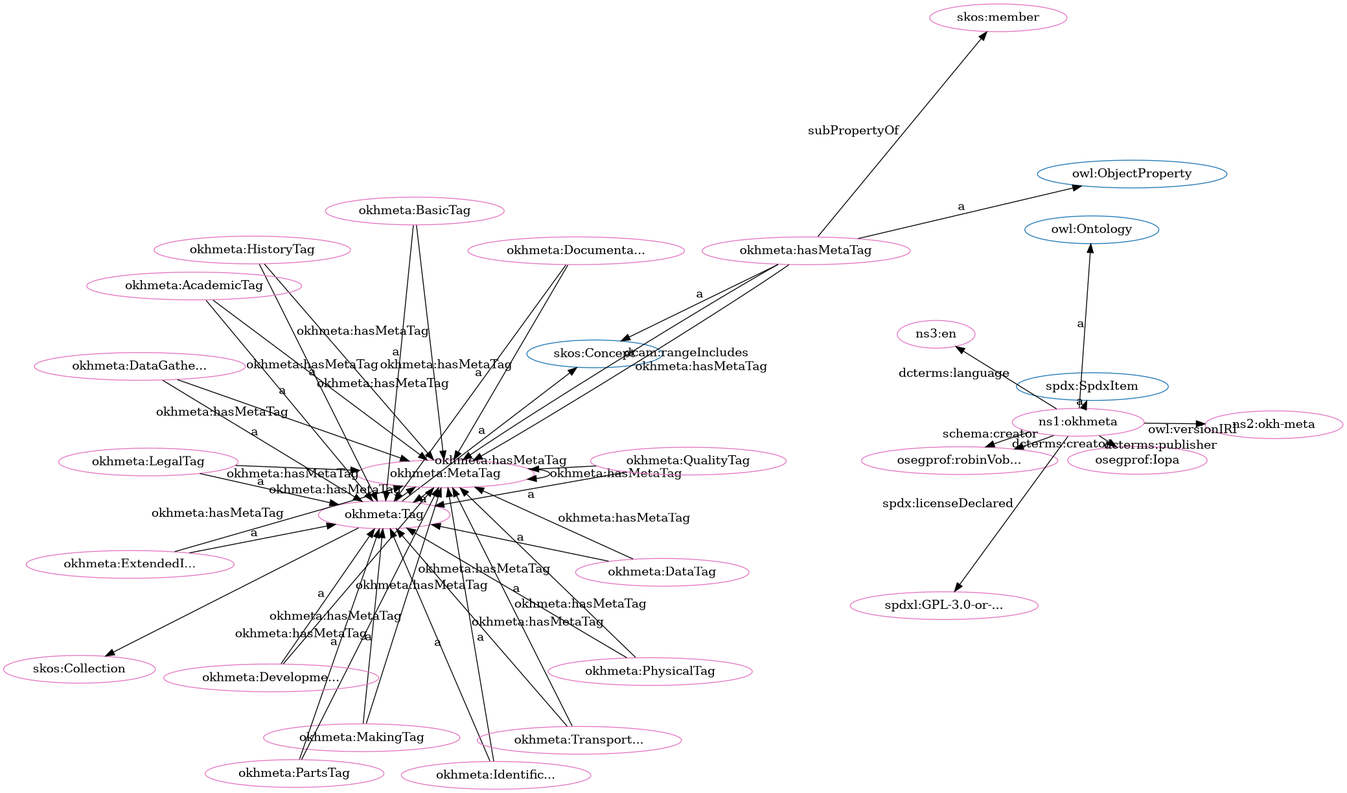
Before: src/spec/fdp_okh-meta.png, a diagram exported from Graphviz (iop-alliance/OpenKnowHow). Its source is kept beside it as src/spec/fdp_okh-meta.dot.
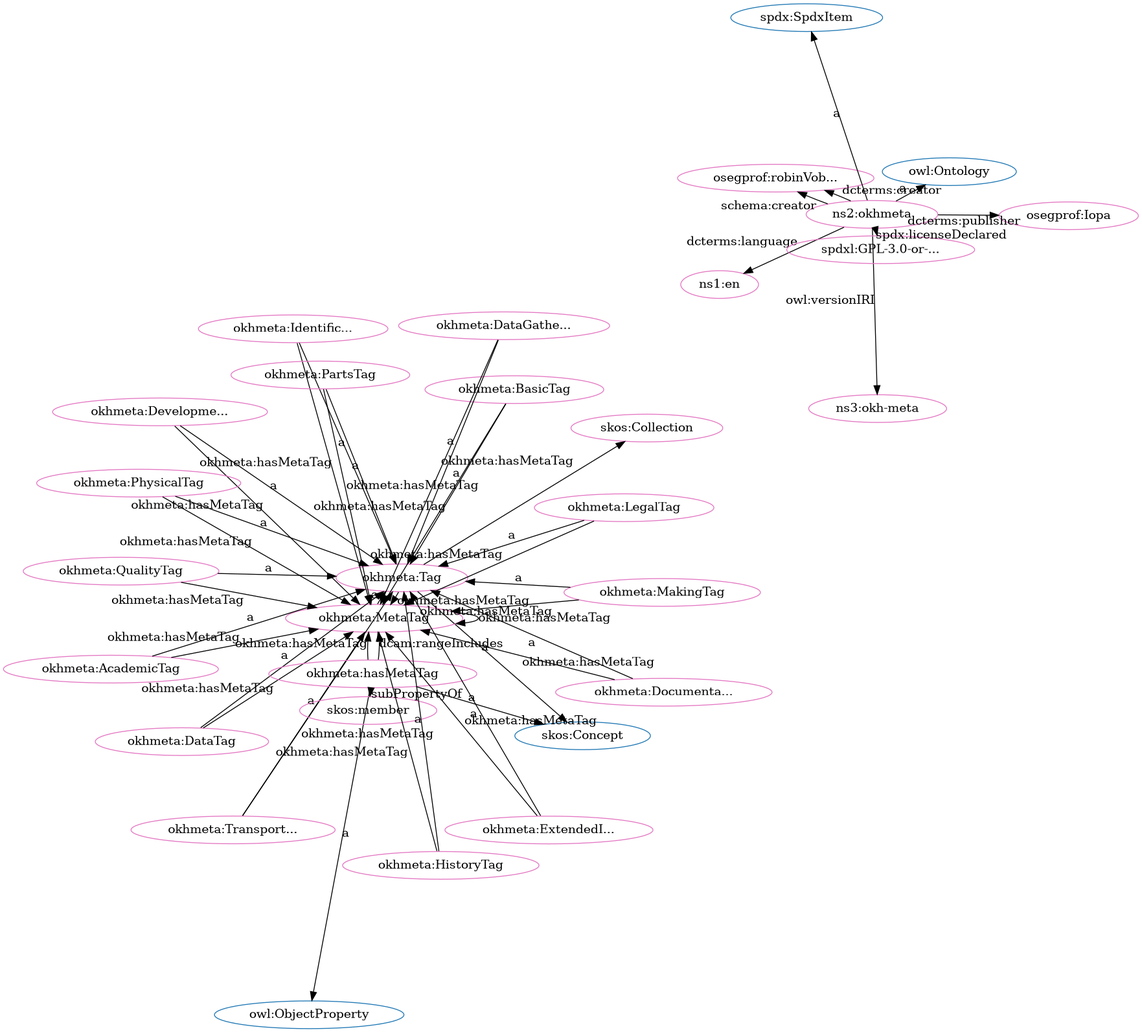
After the commit.

Change to the diagram source:
```diff
@@ -1,84 +1,84 @@
 digraph G {
   rankdir=BT
   node[height=.3]
-"http://w3id.org/oseg/ont/okhmeta#Tag" [fillcolor="#1f77b4" color="#1f77b4" label="okhmeta:Tag"]
 "http://www.w3.org/2004/02/skos/core#Concept" [fillcolor="#1f77b4" color="#1f77b4" label="skos:Concept"]
 "http://www.w3.org/2004/02/skos/core#Collection" [fillcolor="#1f77b4" color="#1f77b4" label="skos:Collection"]
+"http://spdx.org/rdf/terms#SpdxItem" [fillcolor="#1f77b4" color="#1f77b4" label="spdx:SpdxItem"]
 "http://www.w3.org/2002/07/owl#Ontology" [fillcolor="#1f77b4" color="#1f77b4" label="owl:Ontology"]
+"http://w3id.org/oseg/ont/okhmeta#Tag" [fillcolor="#1f77b4" color="#1f77b4" label="okhmeta:Tag"]
 "http://www.w3.org/2002/07/owl#ObjectProperty" [fillcolor="#1f77b4" color="#1f77b4" label="owl:ObjectProperty"]
-"http://spdx.org/rdf/terms#SpdxItem" [fillcolor="#1f77b4" color="#1f77b4" label="spdx:SpdxItem"]
+"http://id.loc.gov/vocabulary/iso639-1/en" [fillcolor="#e377c2" color="#e377c2" label="ns1:en"]
+"http://w3id.org/oseg/ont/oseg-profiles#robinVobruba" [fillcolor="#e377c2" color="#e377c2" label="osegprof:robinVob..."]
+"http://w3id.org/oseg/ont/okhmeta#MakingTag" [fillcolor="#e377c2" color="#e377c2" label="okhmeta:MakingTag"]
+"http://w3id.org/oseg/ont/okhmeta#DataTag" [fillcolor="#e377c2" color="#e377c2" label="okhmeta:DataTag"]
 "http://w3id.org/oseg/ont/okhmeta#MetaTag" [fillcolor="#e377c2" color="#e377c2" label="okhmeta:MetaTag"]
-"http://w3id.org/oseg/ont/okhmeta#MakingTag" [fillcolor="#e377c2" color="#e377c2" label="okhmeta:MakingTag"]
-"http://w3id.org/oseg/ont/oseg-profiles#robinVobruba" [fillcolor="#e377c2" color="#e377c2" label="osegprof:robinVob..."]
+"http://w3id.org/oseg/ont/oseg-profiles#Iopa" [fillcolor="#e377c2" color="#e377c2" label="osegprof:Iopa"]
+"http://w3id.org/oseg/ont/okhmeta#TransportationTag" [fillcolor="#e377c2" color="#e377c2" label="okhmeta:Transport..."]
+"http://w3id.org/oseg/ont/okhmeta" [fillcolor="#e377c2" color="#e377c2" label="ns2:okhmeta"]
+"http://w3id.org/oseg/ont/okhmeta#IdentificationTag" [fillcolor="#e377c2" color="#e377c2" label="okhmeta:Identific..."]
 "http://w3id.org/oseg/ont/okhmeta#hasMetaTag" [fillcolor="#e377c2" color="#e377c2" label="okhmeta:hasMetaTag"]
-"http://w3id.org/oseg/ont/okhmeta" [fillcolor="#e377c2" color="#e377c2" label="ns1:okhmeta"]
+"http://w3id.org/oseg/ont/okhmeta#AcademicTag" [fillcolor="#e377c2" color="#e377c2" label="okhmeta:AcademicTag"]
+"http://www.w3.org/2004/02/skos/core#Collection" [fillcolor="#e377c2" color="#e377c2" label="skos:Collection"]
+"http://www.w3.org/2004/02/skos/core#member" [fillcolor="#e377c2" color="#e377c2" label="skos:member"]
+"http://w3id.org/oseg/ont/okhmeta#HistoryTag" [fillcolor="#e377c2" color="#e377c2" label="okhmeta:HistoryTag"]
+"http://w3id.org/oseg/ont/okhmeta#QualityTag" [fillcolor="#e377c2" color="#e377c2" label="okhmeta:QualityTag"]
+"http://w3id.org/oseg/ont/okhmeta#BasicTag" [fillcolor="#e377c2" color="#e377c2" label="okhmeta:BasicTag"]
+"http://w3id.org/oseg/ont/okhmeta#ExtendedInfoTag" [fillcolor="#e377c2" color="#e377c2" label="okhmeta:ExtendedI..."]
+"http://w3id.org/oseg/ont/okhmeta#DocumentationTag" [fillcolor="#e377c2" color="#e377c2" label="okhmeta:Documenta..."]
+"http://w3id.org/oseg/ont/1.1.0/okh-meta" [fillcolor="#e377c2" color="#e377c2" label="ns3:okh-meta"]
+"http://w3id.org/oseg/ont/okhmeta#DevelopmentTag" [fillcolor="#e377c2" color="#e377c2" label="okhmeta:Developme..."]
+"http://w3id.org/oseg/ont/okhmeta#Tag" [fillcolor="#e377c2" color="#e377c2" label="okhmeta:Tag"]
+"http://w3id.org/oseg/ont/okhmeta#PartsTag" [fillcolor="#e377c2" color="#e377c2" label="okhmeta:PartsTag"]
 "http://w3id.org/oseg/ont/okhmeta#PhysicalTag" [fillcolor="#e377c2" color="#e377c2" label="okhmeta:PhysicalTag"]
-"http://w3id.org/oseg/ont/1.1.0/okh-meta" [fillcolor="#e377c2" color="#e377c2" label="ns2:okh-meta"]
-"http://w3id.org/oseg/ont/okhmeta#ExtendedInfoTag" [fillcolor="#e377c2" color="#e377c2" label="okhmeta:ExtendedI..."]
-"http://w3id.org/oseg/ont/okhmeta#QualityTag" [fillcolor="#e377c2" color="#e377c2" label="okhmeta:QualityTag"]
-"http://w3id.org/oseg/ont/okhmeta#IdentificationTag" [fillcolor="#e377c2" color="#e377c2" label="okhmeta:Identific..."]
-"http://w3id.org/oseg/ont/okhmeta#PartsTag" [fillcolor="#e377c2" color="#e377c2" label="okhmeta:PartsTag"]
-"http://www.w3.org/2004/02/skos/core#member" [fillcolor="#e377c2" color="#e377c2" label="skos:member"]
 "http://w3id.org/oseg/ont/okhmeta#DataGatheringTag" [fillcolor="#e377c2" color="#e377c2" label="okhmeta:DataGathe..."]
-"http://w3id.org/oseg/ont/okhmeta#BasicTag" [fillcolor="#e377c2" color="#e377c2" label="okhmeta:BasicTag"]
-"http://w3id.org/oseg/ont/okhmeta#TransportationTag" [fillcolor="#e377c2" color="#e377c2" label="okhmeta:Transport..."]
-"http://w3id.org/oseg/ont/okhmeta#DataTag" [fillcolor="#e377c2" color="#e377c2" label="okhmeta:DataTag"]
-"http://id.loc.gov/vocabulary/iso639-1/en" [fillcolor="#e377c2" color="#e377c2" label="ns3:en"]
-"http://www.w3.org/2004/02/skos/core#Collection" [fillcolor="#e377c2" color="#e377c2" label="skos:Collection"]
-"http://w3id.org/oseg/ont/okhmeta#DocumentationTag" [fillcolor="#e377c2" color="#e377c2" label="okhmeta:Documenta..."]
 "http://spdx.org/licenses/GPL-3.0-or-later" [fillcolor="#e377c2" color="#e377c2" label="spdxl:GPL-3.0-or-..."]
 "http://w3id.org/oseg/ont/okhmeta#LegalTag" [fillcolor="#e377c2" color="#e377c2" label="okhmeta:LegalTag"]
-"http://w3id.org/oseg/ont/okhmeta#Tag" [fillcolor="#e377c2" color="#e377c2" label="okhmeta:Tag"]
-"http://w3id.org/oseg/ont/okhmeta#HistoryTag" [fillcolor="#e377c2" color="#e377c2" label="okhmeta:HistoryTag"]
-"http://w3id.org/oseg/ont/oseg-profiles#Iopa" [fillcolor="#e377c2" color="#e377c2" label="osegprof:Iopa"]
-"http://w3id.org/oseg/ont/okhmeta#AcademicTag" [fillcolor="#e377c2" color="#e377c2" label="okhmeta:AcademicTag"]
-"http://w3id.org/oseg/ont/okhmeta#DevelopmentTag" [fillcolor="#e377c2" color="#e377c2" label="okhmeta:Developme..."]
+  "http://w3id.org/oseg/ont/okhmeta" -> "http://id.loc.gov/vocabulary/iso639-1/en" [label="dcterms:language"]
+  "http://w3id.org/oseg/ont/okhmeta" -> "http://w3id.org/oseg/ont/oseg-profiles#robinVobruba" [label="schema:creator"]
+  "http://w3id.org/oseg/ont/okhmeta#DataTag" -> "http://w3id.org/oseg/ont/okhmeta#Tag" [label="a"]
+  "http://w3id.org/oseg/ont/okhmeta#TransportationTag" -> "http://w3id.org/oseg/ont/okhmeta#Tag" [label="a"]
+  "http://w3id.org/oseg/ont/okhmeta#QualityTag" -> "http://w3id.org/oseg/ont/okhmeta#MetaTag" [label="okhmeta:hasMetaTag"]
+  "http://w3id.org/oseg/ont/okhmeta#MetaTag" -> "http://w3id.org/oseg/ont/okhmeta#Tag" [label="a"]
+  "http://w3id.org/oseg/ont/okhmeta#IdentificationTag" -> "http://w3id.org/oseg/ont/okhmeta#Tag" [label="a"]
+  "http://w3id.org/oseg/ont/okhmeta#hasMetaTag" -> "http://www.w3.org/2004/02/skos/core#member" [label="subPropertyOf"]
+  "http://w3id.org/oseg/ont/okhmeta#HistoryTag" -> "http://w3id.org/oseg/ont/okhmeta#Tag" [label="a"]
+  "http://w3id.org/oseg/ont/okhmeta" -> "http://spdx.org/rdf/terms#SpdxItem" [label="a"]
+  "http://w3id.org/oseg/ont/okhmeta#LegalTag" -> "http://w3id.org/oseg/ont/okhmeta#MetaTag" [label="okhmeta:hasMetaTag"]
+  "http://w3id.org/oseg/ont/okhmeta" -> "http://w3id.org/oseg/ont/1.1.0/okh-meta" [label="owl:versionIRI"]
+  "http://w3id.org/oseg/ont/okhmeta#DevelopmentTag" -> "http://w3id.org/oseg/ont/okhmeta#Tag" [label="a"]
+  "http://w3id.org/oseg/ont/okhmeta#hasMetaTag" -> "http://w3id.org/oseg/ont/okhmeta#MetaTag" [label="okhmeta:hasMetaTag"]
+  "http://w3id.org/oseg/ont/okhmeta#Tag" -> "http://www.w3.org/2004/02/skos/core#Concept" [label="a"]
+  "http://w3id.org/oseg/ont/okhmeta#HistoryTag" -> "http://w3id.org/oseg/ont/okhmeta#MetaTag" [label="okhmeta:hasMetaTag"]
+  "http://w3id.org/oseg/ont/okhmeta#DataGatheringTag" -> "http://w3id.org/oseg/ont/okhmeta#Tag" [label="a"]
+  "http://w3id.org/oseg/ont/okhmeta#hasMetaTag" -> "http://w3id.org/oseg/ont/okhmeta#MetaTag" [label="dcam:rangeIncludes"]
+  "http://w3id.org/oseg/ont/okhmeta" -> "http://spdx.org/licenses/GPL-3.0-or-later" [label="spdx:licenseDeclared"]
+  "http://w3id.org/oseg/ont/okhmeta#LegalTag" -> "http://w3id.org/oseg/ont/okhmeta#Tag" [label="a"]
   "http://w3id.org/oseg/ont/okhmeta#MakingTag" -> "http://w3id.org/oseg/ont/okhmeta#MetaTag" [label="okhmeta:hasMetaTag"]
+  "http://w3id.org/oseg/ont/okhmeta#Tag" -> "http://w3id.org/oseg/ont/okhmeta#MetaTag" [label="okhmeta:hasMetaTag"]
   "http://w3id.org/oseg/ont/okhmeta#MakingTag" -> "http://w3id.org/oseg/ont/okhmeta#Tag" [label="a"]
-  "http://w3id.org/oseg/ont/okhmeta" -> "http://w3id.org/oseg/ont/oseg-profiles#robinVobruba" [label="schema:creator"]
+  "http://w3id.org/oseg/ont/okhmeta#BasicTag" -> "http://w3id.org/oseg/ont/okhmeta#MetaTag" [label="okhmeta:hasMetaTag"]
+  "http://w3id.org/oseg/ont/okhmeta#ExtendedInfoTag" -> "http://w3id.org/oseg/ont/okhmeta#MetaTag" [label="okhmeta:hasMetaTag"]
+  "http://w3id.org/oseg/ont/okhmeta" -> "http://w3id.org/oseg/ont/oseg-profiles#Iopa" [label="dcterms:publisher"]
   "http://w3id.org/oseg/ont/okhmeta" -> "http://www.w3.org/2002/07/owl#Ontology" [label="a"]
+  "http://w3id.org/oseg/ont/okhmeta#hasMetaTag" -> "http://www.w3.org/2004/02/skos/core#Concept" [label="a"]
+  "http://w3id.org/oseg/ont/okhmeta#AcademicTag" -> "http://w3id.org/oseg/ont/okhmeta#Tag" [label="a"]
+  "http://w3id.org/oseg/ont/okhmeta#Tag" -> "http://www.w3.org/2004/02/skos/core#Collection" [label=""]
+  "http://w3id.org/oseg/ont/okhmeta#DataTag" -> "http://w3id.org/oseg/ont/okhmeta#MetaTag" [label="okhmeta:hasMetaTag"]
+  "http://w3id.org/oseg/ont/okhmeta#PhysicalTag" -> "http://w3id.org/oseg/ont/okhmeta#MetaTag" [label="okhmeta:hasMetaTag"]
+  "http://w3id.org/oseg/ont/okhmeta#QualityTag" -> "http://w3id.org/oseg/ont/okhmeta#Tag" [label="a"]
+  "http://w3id.org/oseg/ont/okhmeta#BasicTag" -> "http://w3id.org/oseg/ont/okhmeta#Tag" [label="a"]
+  "http://w3id.org/oseg/ont/okhmeta#MetaTag" -> "http://w3id.org/oseg/ont/okhmeta#MetaTag" [label="okhmeta:hasMetaTag"]
+  "http://w3id.org/oseg/ont/okhmeta#ExtendedInfoTag" -> "http://w3id.org/oseg/ont/okhmeta#Tag" [label="a"]
+  "http://w3id.org/oseg/ont/okhmeta#DocumentationTag" -> "http://w3id.org/oseg/ont/okhmeta#Tag" [label="a"]
+  "http://w3id.org/oseg/ont/okhmeta#PartsTag" -> "http://w3id.org/oseg/ont/okhmeta#MetaTag" [label="okhmeta:hasMetaTag"]
+  "http://w3id.org/oseg/ont/okhmeta#DataGatheringTag" -> "http://w3id.org/oseg/ont/okhmeta#MetaTag" [label="okhmeta:hasMetaTag"]
+  "http://w3id.org/oseg/ont/okhmeta#AcademicTag" -> "http://w3id.org/oseg/ont/okhmeta#MetaTag" [label="okhmeta:hasMetaTag"]
+  "http://w3id.org/oseg/ont/okhmeta#PartsTag" -> "http://w3id.org/oseg/ont/okhmeta#Tag" [label="a"]
   "http://w3id.org/oseg/ont/okhmeta#PhysicalTag" -> "http://w3id.org/oseg/ont/okhmeta#Tag" [label="a"]
-  "http://w3id.org/oseg/ont/okhmeta" -> "http://w3id.org/oseg/ont/1.1.0/okh-meta" [label="owl:versionIRI"]
-  "http://w3id.org/oseg/ont/okhmeta#IdentificationTag" -> "http://w3id.org/oseg/ont/okhmeta#Tag" [label="a"]
-  "http://w3id.org/oseg/ont/okhmeta#MetaTag" -> "http://w3id.org/oseg/ont/okhmeta#Tag" [label="a"]
-  "http://w3id.org/oseg/ont/okhmeta#BasicTag" -> "http://w3id.org/oseg/ont/okhmeta#Tag" [label="a"]
+  "http://w3id.org/oseg/ont/okhmeta#DocumentationTag" -> "http://w3id.org/oseg/ont/okhmeta#MetaTag" [label="okhmeta:hasMetaTag"]
+  "http://w3id.org/oseg/ont/okhmeta#hasMetaTag" -> "http://www.w3.org/2002/07/owl#ObjectProperty" [label="a"]
+  "http://w3id.org/oseg/ont/okhmeta#DevelopmentTag" -> "http://w3id.org/oseg/ont/okhmeta#MetaTag" [label="okhmeta:hasMetaTag"]
   "http://w3id.org/oseg/ont/okhmeta#TransportationTag" -> "http://w3id.org/oseg/ont/okhmeta#MetaTag" [label="okhmeta:hasMetaTag"]
-  "http://w3id.org/oseg/ont/okhmeta#TransportationTag" -> "http://w3id.org/oseg/ont/okhmeta#Tag" [label="a"]
+  "http://w3id.org/oseg/ont/okhmeta#IdentificationTag" -> "http://w3id.org/oseg/ont/okhmeta#MetaTag" [label="okhmeta:hasMetaTag"]
   "http://w3id.org/oseg/ont/okhmeta" -> "http://w3id.org/oseg/ont/oseg-profiles#robinVobruba" [label="dcterms:creator"]
-  "http://w3id.org/oseg/ont/okhmeta" -> "http://id.loc.gov/vocabulary/iso639-1/en" [label="dcterms:language"]
-  "http://w3id.org/oseg/ont/okhmeta#hasMetaTag" -> "http://www.w3.org/2004/02/skos/core#Concept" [label="a"]
-  "http://w3id.org/oseg/ont/okhmeta#Tag" -> "http://www.w3.org/2004/02/skos/core#Collection" [label=""]
-  "http://w3id.org/oseg/ont/okhmeta#PhysicalTag" -> "http://w3id.org/oseg/ont/okhmeta#MetaTag" [label="okhmeta:hasMetaTag"]
-  "http://w3id.org/oseg/ont/okhmeta#Tag" -> "http://w3id.org/oseg/ont/okhmeta#MetaTag" [label="okhmeta:hasMetaTag"]
-  "http://w3id.org/oseg/ont/okhmeta#IdentificationTag" -> "http://w3id.org/oseg/ont/okhmeta#MetaTag" [label="okhmeta:hasMetaTag"]
-  "http://w3id.org/oseg/ont/okhmeta#HistoryTag" -> "http://w3id.org/oseg/ont/okhmeta#Tag" [label="a"]
-  "http://w3id.org/oseg/ont/okhmeta" -> "http://w3id.org/oseg/ont/oseg-profiles#Iopa" [label="dcterms:publisher"]
-  "http://w3id.org/oseg/ont/okhmeta#MetaTag" -> "http://w3id.org/oseg/ont/okhmeta#MetaTag" [label="okhmeta:hasMetaTag"]
-  "http://w3id.org/oseg/ont/okhmeta#AcademicTag" -> "http://w3id.org/oseg/ont/okhmeta#Tag" [label="a"]
-  "http://w3id.org/oseg/ont/okhmeta#DevelopmentTag" -> "http://w3id.org/oseg/ont/okhmeta#Tag" [label="a"]
-  "http://w3id.org/oseg/ont/okhmeta#BasicTag" -> "http://w3id.org/oseg/ont/okhmeta#MetaTag" [label="okhmeta:hasMetaTag"]
-  "http://w3id.org/oseg/ont/okhmeta#hasMetaTag" -> "http://www.w3.org/2002/07/owl#ObjectProperty" [label="a"]
-  "http://w3id.org/oseg/ont/okhmeta#ExtendedInfoTag" -> "http://w3id.org/oseg/ont/okhmeta#MetaTag" [label="okhmeta:hasMetaTag"]
-  "http://w3id.org/oseg/ont/okhmeta#ExtendedInfoTag" -> "http://w3id.org/oseg/ont/okhmeta#Tag" [label="a"]
-  "http://w3id.org/oseg/ont/okhmeta#QualityTag" -> "http://w3id.org/oseg/ont/okhmeta#Tag" [label="a"]
-  "http://w3id.org/oseg/ont/okhmeta#PartsTag" -> "http://w3id.org/oseg/ont/okhmeta#MetaTag" [label="okhmeta:hasMetaTag"]
-  "http://w3id.org/oseg/ont/okhmeta#PartsTag" -> "http://w3id.org/oseg/ont/okhmeta#Tag" [label="a"]
-  "http://w3id.org/oseg/ont/okhmeta#DevelopmentTag" -> "http://w3id.org/oseg/ont/okhmeta#MetaTag" [label="okhmeta:hasMetaTag"]
-  "http://w3id.org/oseg/ont/okhmeta#DataGatheringTag" -> "http://w3id.org/oseg/ont/okhmeta#MetaTag" [label="okhmeta:hasMetaTag"]
-  "http://w3id.org/oseg/ont/okhmeta#hasMetaTag" -> "http://www.w3.org/2004/02/skos/core#member" [label="subPropertyOf"]
-  "http://w3id.org/oseg/ont/okhmeta#DataGatheringTag" -> "http://w3id.org/oseg/ont/okhmeta#Tag" [label="a"]
-  "http://w3id.org/oseg/ont/okhmeta#AcademicTag" -> "http://w3id.org/oseg/ont/okhmeta#MetaTag" [label="okhmeta:hasMetaTag"]
-  "http://w3id.org/oseg/ont/okhmeta#DataTag" -> "http://w3id.org/oseg/ont/okhmeta#Tag" [label="a"]
-  "http://w3id.org/oseg/ont/okhmeta#hasMetaTag" -> "http://w3id.org/oseg/ont/okhmeta#MetaTag" [label="okhmeta:hasMetaTag"]
-  "http://w3id.org/oseg/ont/okhmeta#DocumentationTag" -> "http://w3id.org/oseg/ont/okhmeta#MetaTag" [label="okhmeta:hasMetaTag"]
-  "http://w3id.org/oseg/ont/okhmeta#DocumentationTag" -> "http://w3id.org/oseg/ont/okhmeta#Tag" [label="a"]
-  "http://w3id.org/oseg/ont/okhmeta" -> "http://spdx.org/licenses/GPL-3.0-or-later" [label="spdx:licenseDeclared"]
-  "http://w3id.org/oseg/ont/okhmeta#LegalTag" -> "http://w3id.org/oseg/ont/okhmeta#MetaTag" [label="okhmeta:hasMetaTag"]
-  "http://w3id.org/oseg/ont/okhmeta#LegalTag" -> "http://w3id.org/oseg/ont/okhmeta#Tag" [label="a"]
-  "http://w3id.org/oseg/ont/okhmeta#Tag" -> "http://www.w3.org/2004/02/skos/core#Concept" [label="a"]
-  "http://w3id.org/oseg/ont/okhmeta#hasMetaTag" -> "http://w3id.org/oseg/ont/okhmeta#MetaTag" [label="dcam:rangeIncludes"]
-  "http://w3id.org/oseg/ont/okhmeta#QualityTag" -> "http://w3id.org/oseg/ont/okhmeta#MetaTag" [label="okhmeta:hasMetaTag"]
-  "http://w3id.org/oseg/ont/okhmeta#HistoryTag" -> "http://w3id.org/oseg/ont/okhmeta#MetaTag" [label="okhmeta:hasMetaTag"]
-  "http://w3id.org/oseg/ont/okhmeta" -> "http://spdx.org/rdf/terms#SpdxItem" [label="a"]
-  "http://w3id.org/oseg/ont/okhmeta#DataTag" -> "http://w3id.org/oseg/ont/okhmeta#MetaTag" [label="okhmeta:hasMetaTag"]
 }
```
